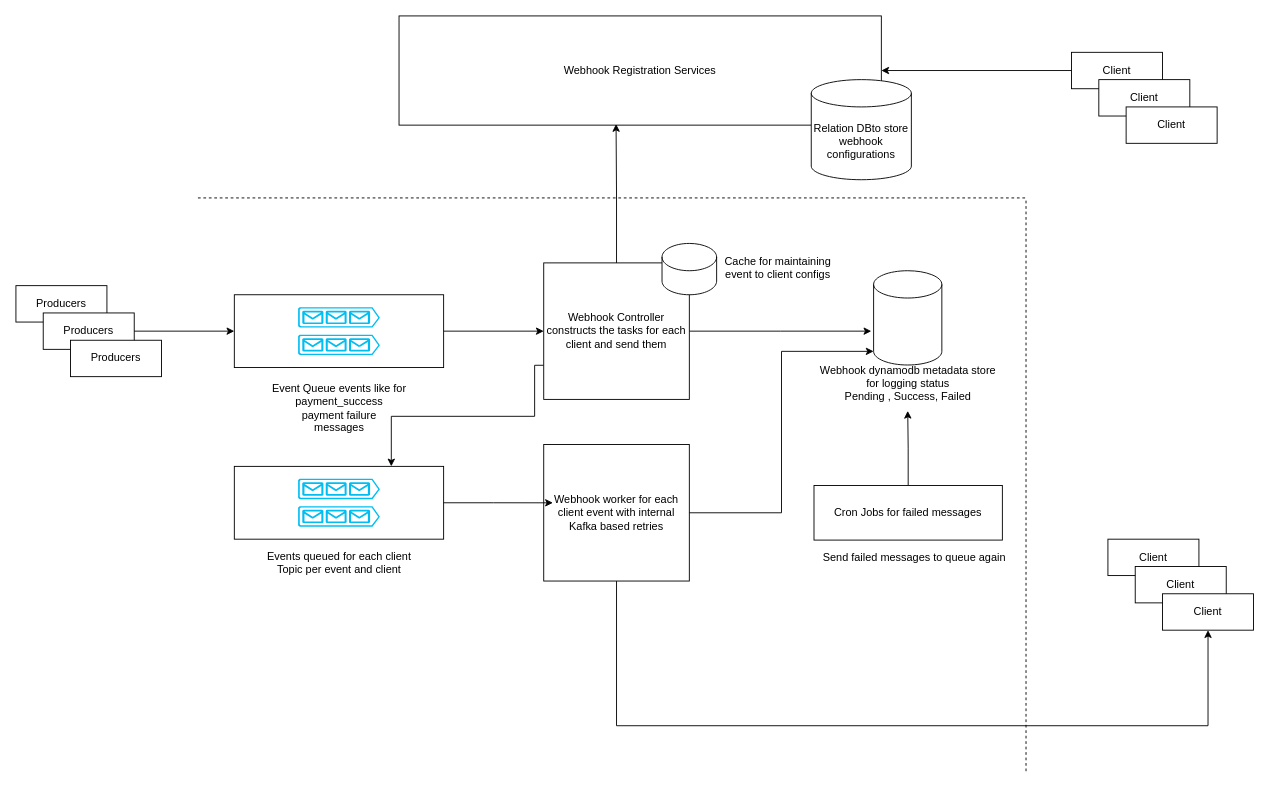
The draw.io diagram Webhook design.drawio in anshul1790/system-design-playground, before the edit. Source tidied: cells renumbered, new cells numbered last; positions are measured from the earlier drawing's top-left corner, leaving out a move shared by most shapes. Both pictures are drawn from the tidied source at 91%, with x=0, y=0 at pixel (15, 15).
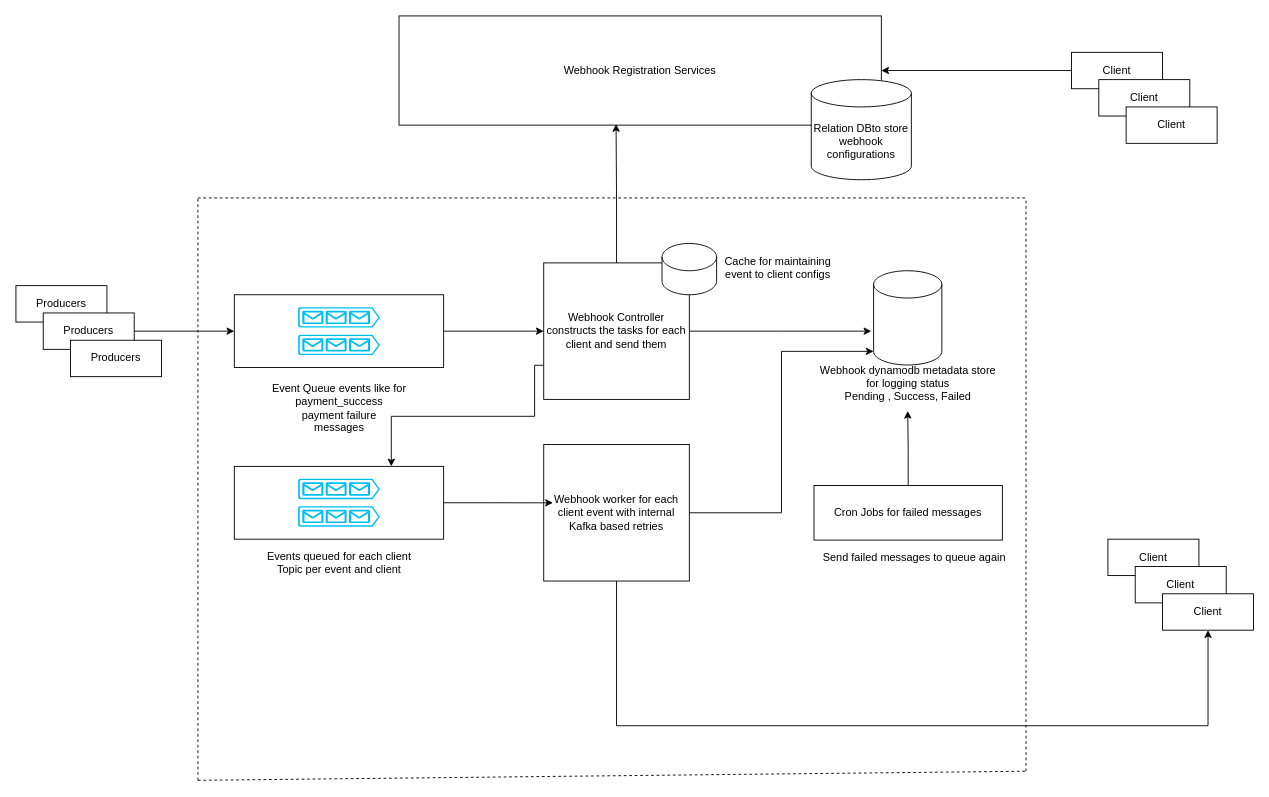
The same diagram, later.

The edit, as a diff of the source:
```diff
@@
+    <mxCell id="50" style="endArrow=none;dashed=1;html=1;rounded=0;" parent="1" edge="1">
+      <mxGeometry relative="1" as="geometry">
+        <mxPoint x="200" y="840" as="sourcePoint" />
+        <mxPoint x="200" y="200" as="targetPoint" />
+      </mxGeometry>
+    </mxCell>
+    <mxCell id="51" style="endArrow=none;dashed=1;html=1;rounded=0;" parent="1" edge="1">
+      <mxGeometry relative="1" as="geometry">
+        <mxPoint x="200" y="840" as="sourcePoint" />
+        <mxPoint x="1110" y="830" as="targetPoint" />
+      </mxGeometry>
+    </mxCell>
```
